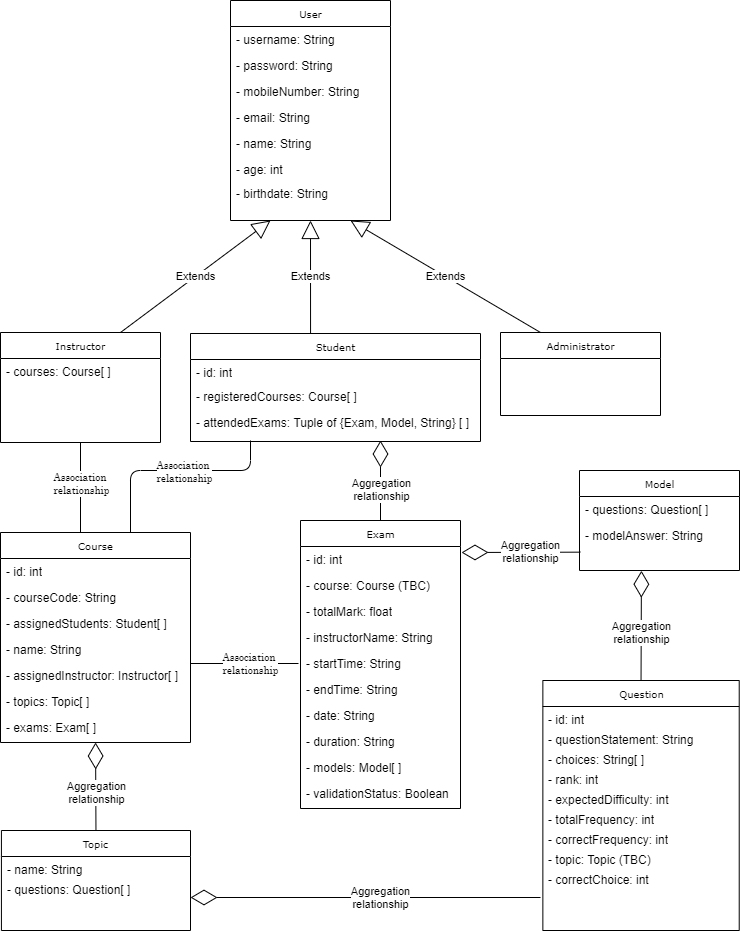
This is UML.png from aymanred121/Examination-Management-System, a draw.io export, as it was before one commit. Source tidied: cells renumbered, new cells last; positions are measured from the earlier drawing's top-left corner, leaving out a move shared by most shapes.
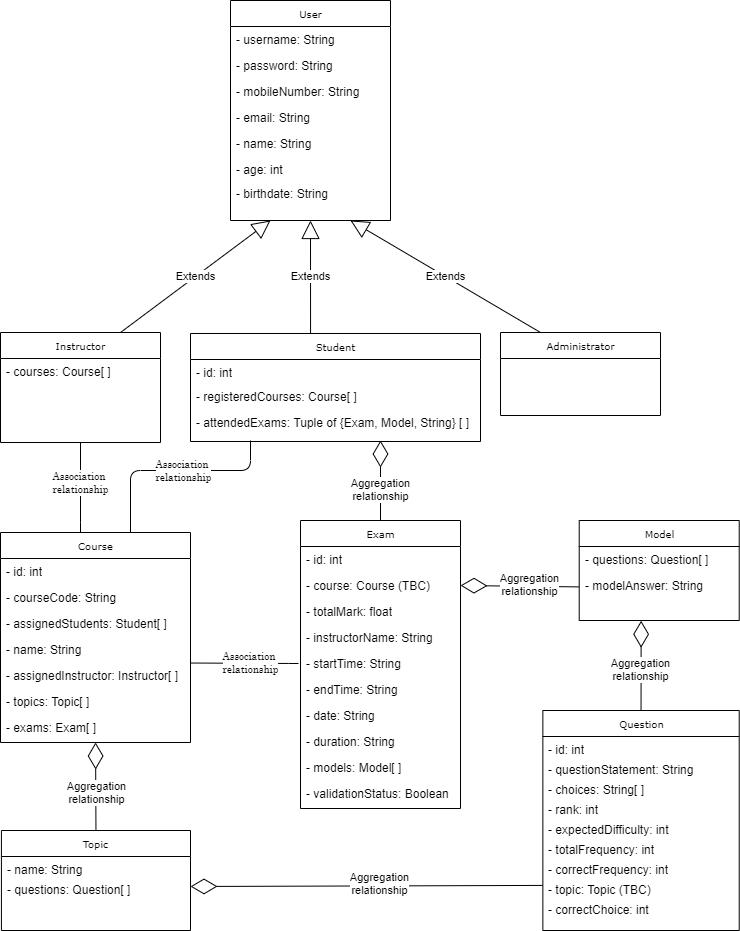
The same file after the commit.

Commit message:
Update UML Design

Change to the diagram source:
```diff
@@ -135,7 +135,7 @@
       <mxGeometry x="-0.21" relative="1" as="geometry" />
     </mxCell>
     <mxCell id="43" value="Question" style="swimlane;html=1;fontStyle=0;horizontal=1;startSize=26;fillColor=none;swimlaneFillColor=#ffffff;rounded=0;shadow=0;comic=0;labelBackgroundColor=none;strokeWidth=1;fontFamily=Verdana;fontSize=10;align=center;" parent="1" vertex="1">
-      <mxGeometry x="542.4" y="680" width="196.4" height="250" as="geometry" />
+      <mxGeometry x="542.4" y="710" width="196.4" height="220" as="geometry" />
     </mxCell>
     <mxCell id="44" value="- id: int" style="text;html=1;strokeColor=none;fillColor=none;align=left;verticalAlign=top;spacingLeft=4;spacingRight=4;whiteSpace=wrap;overflow=hidden;" parent="43" vertex="1">
       <mxGeometry y="26" width="196.4" height="20" as="geometry" />
@@ -164,15 +164,12 @@
     <mxCell id="52" value="- correctChoice: int" style="text;html=1;strokeColor=none;fillColor=none;align=left;verticalAlign=top;spacingLeft=4;spacingRight=4;whiteSpace=wrap;overflow=hidden;" parent="43" vertex="1">
       <mxGeometry y="186" width="196.4" height="20" as="geometry" />
     </mxCell>
-    <mxCell id="53" style="endArrow=diamondThin;endFill=0;endSize=24;html=1;" parent="1" edge="1">
-      <mxGeometry relative="1" as="geometry">
-        <mxPoint x="540" y="897" as="sourcePoint" />
-        <mxPoint x="190" y="897" as="targetPoint" />
-      </mxGeometry>
+    <mxCell id="53" style="endArrow=diamondThin;endFill=0;endSize=24;html=1;entryX=1;entryY=0.5;entryDx=0;entryDy=0;exitX=-0.001;exitY=0.446;exitDx=0;exitDy=0;exitPerimeter=0;" parent="1" edge="1" source="51" target="59">
+      <mxGeometry relative="1" as="geometry" />
     </mxCell>
     <mxCell id="54" value="&lt;span style=&quot;color: rgb(0 , 0 , 0) ; font-family: &amp;#34;helvetica&amp;#34; ; font-size: 11px ; font-style: normal ; font-weight: 400 ; letter-spacing: normal ; text-align: center ; text-indent: 0px ; text-transform: none ; word-spacing: 0px ; background-color: rgb(255 , 255 , 255) ; display: inline ; float: none&quot;&gt;Aggregation&lt;/span&gt;&lt;br style=&quot;color: rgb(0 , 0 , 0) ; font-family: &amp;#34;helvetica&amp;#34; ; font-size: 11px ; font-style: normal ; font-weight: 400 ; letter-spacing: normal ; text-align: center ; text-indent: 0px ; text-transform: none ; word-spacing: 0px&quot;&gt;relationship" style="edgeLabel;html=1;align=center;verticalAlign=middle;" parent="53" vertex="1">
       <mxGeometry x="-0.23" y="-1" relative="1" as="geometry">
-        <mxPoint x="-26" as="offset" />
+        <mxPoint x="-27.2" y="-1.3" as="offset" />
       </mxGeometry>
     </mxCell>
     <mxCell id="55" style="endArrow=none;html=1;edgeStyle=orthogonalEdgeStyle;entryX=0.75;entryY=0;entryDx=0;entryDy=0;" parent="1" edge="1">
@@ -200,7 +197,7 @@
       <mxGeometry y="46" width="189.1" height="20" as="geometry" />
     </mxCell>
     <mxCell id="60" value="Model" style="swimlane;html=1;fontStyle=0;horizontal=1;startSize=26;fillColor=none;swimlaneFillColor=#ffffff;rounded=0;shadow=0;comic=0;labelBackgroundColor=none;strokeWidth=1;fontFamily=Verdana;fontSize=10;align=center;" parent="1" vertex="1">
-      <mxGeometry x="579" y="470" width="160" height="100" as="geometry" />
+      <mxGeometry x="578.7" y="520" width="160" height="100" as="geometry" />
     </mxCell>
     <mxCell id="61" value="- questions: Question[ ]" style="text;html=1;strokeColor=none;fillColor=none;align=left;verticalAlign=top;spacingLeft=4;spacingRight=4;whiteSpace=wrap;overflow=hidden;" parent="60" vertex="1">
       <mxGeometry y="26" width="160" height="26" as="geometry" />
@@ -229,10 +226,8 @@
         <mxPoint x="-8.3" y="-0.9" as="offset" />
       </mxGeometry>
     </mxCell>
-    <mxCell id="67" style="endArrow=diamondThin;endFill=0;endSize=24;html=1;exitX=0.005;exitY=0.618;exitDx=0;exitDy=0;exitPerimeter=0;" parent="1" edge="1" source="62">
-      <mxGeometry relative="1" as="geometry">
-        <mxPoint x="461" y="552" as="targetPoint" />
-      </mxGeometry>
+    <mxCell id="67" style="endArrow=diamondThin;endFill=0;endSize=24;html=1;exitX=-0.001;exitY=0.3;exitDx=0;exitDy=0;exitPerimeter=0;entryX=1;entryY=0.5;entryDx=0;entryDy=0;" parent="1" edge="1" source="62" target="4">
+      <mxGeometry relative="1" as="geometry" />
     </mxCell>
     <mxCell id="68" value="&lt;span style=&quot;color: rgb(0 , 0 , 0) ; font-family: &amp;#34;helvetica&amp;#34; ; font-size: 11px ; font-style: normal ; font-weight: 400 ; letter-spacing: normal ; text-align: center ; text-indent: 0px ; text-transform: none ; word-spacing: 0px ; background-color: rgb(255 , 255 , 255) ; display: inline ; float: none&quot;&gt;Aggregation&lt;/span&gt;&lt;br style=&quot;color: rgb(0 , 0 , 0) ; font-family: &amp;#34;helvetica&amp;#34; ; font-size: 11px ; font-style: normal ; font-weight: 400 ; letter-spacing: normal ; text-align: center ; text-indent: 0px ; text-transform: none ; word-spacing: 0px&quot;&gt;relationship" style="edgeLabel;html=1;align=center;verticalAlign=middle;" parent="67" vertex="1">
       <mxGeometry x="-0.23" y="-1" relative="1" as="geometry">
```
